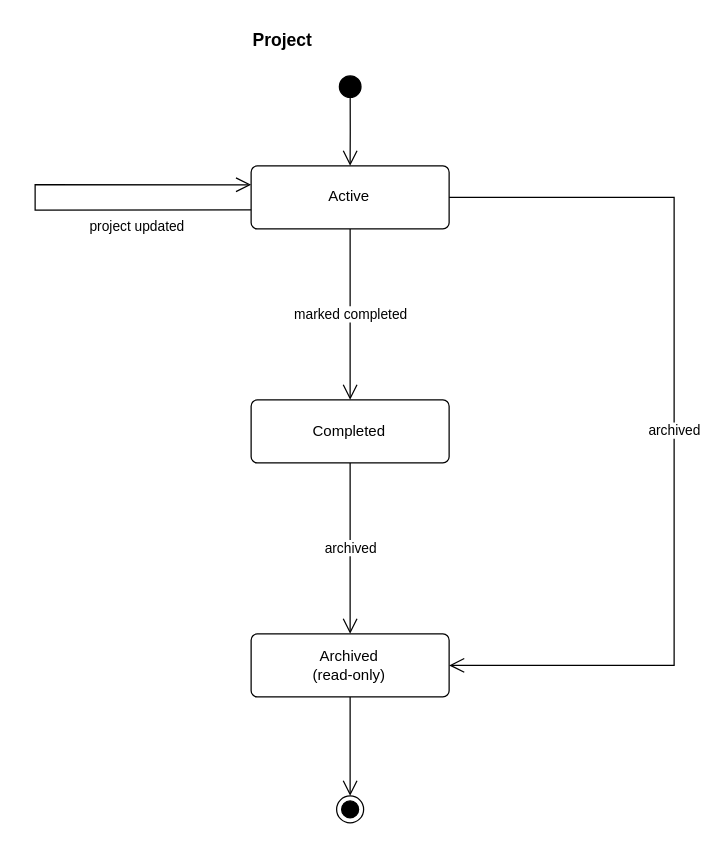
openai-scientist/docs keeps this draw.io diagram as page "Project Workspace" (2 of 9) of diagrams/09-state-machine/State-Machine-Diagrams.drawio. Above is the earlier version. Source tidied: cells renumbered, new cells numbered last; positions are measured from the earlier drawing's top-left corner, leaving out a move shared by most shapes. Both pictures are drawn from the tidied source at 125%, with x=0, y=0 at pixel (35, 21).
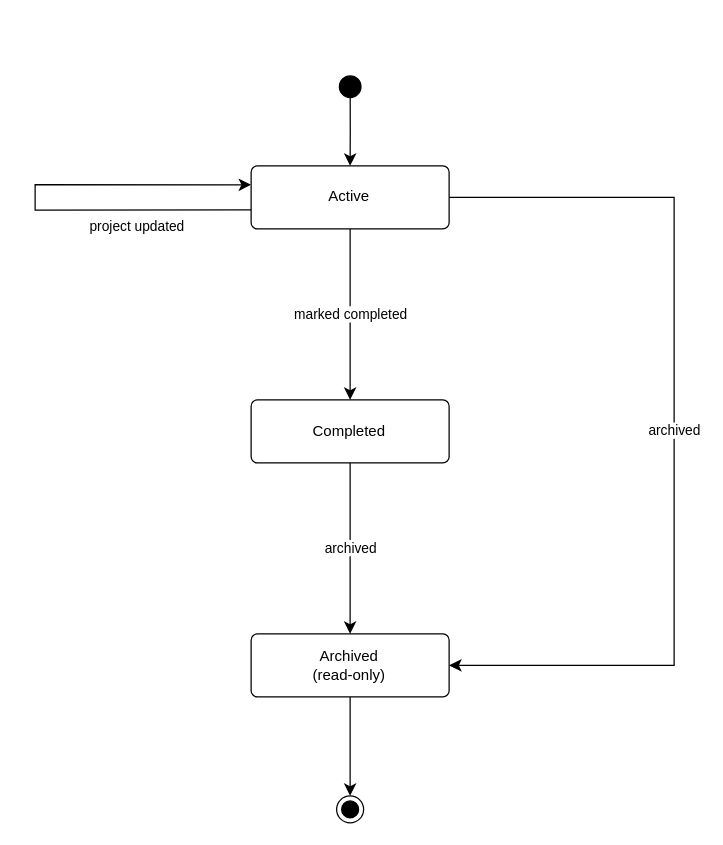
The same diagram, later.

Diff of the diagram source:
```diff
@@
 <mxGraphModel background="#ffffff">
   <root>
     <mxCell id="0" />
     <mxCell id="1" parent="0" />
     <mxCell id="2" style="html=1;fontFamily=Arial;fontColor=#000000;strokeColor=#000000;fillColor=#ffffff;strokeWidth=1;ellipse;fillColor=#000000;fontSize=12;" parent="1" vertex="1">
       <mxGeometry x="243" y="43.2" width="17.3" height="17.3" as="geometry" />
     </mxCell>
     <mxCell id="3" value="Active" style="html=1;fontFamily=Arial;fontColor=#000000;strokeColor=#000000;fillColor=#ffffff;strokeWidth=1;rounded=1;absoluteArcSize=1;arcSize=10;whiteSpace=wrap;fontSize=12;" parent="1" vertex="1">
       <mxGeometry x="172.4" y="115.2" width="158.4" height="50.4" as="geometry" />
     </mxCell>
     <mxCell id="4" value="Completed" style="html=1;fontFamily=Arial;fontColor=#000000;strokeColor=#000000;fillColor=#ffffff;strokeWidth=1;rounded=1;absoluteArcSize=1;arcSize=10;whiteSpace=wrap;fontSize=12;" parent="1" vertex="1">
       <mxGeometry x="172.4" y="302.4" width="158.4" height="50.4" as="geometry" />
     </mxCell>
     <mxCell id="5" value="Archived&#10;(read-only)" style="html=1;fontFamily=Arial;fontColor=#000000;strokeColor=#000000;fillColor=#ffffff;strokeWidth=1;rounded=1;absoluteArcSize=1;arcSize=10;whiteSpace=wrap;fontSize=12;" parent="1" vertex="1">
       <mxGeometry x="172.4" y="489.6" width="158.4" height="50.4" as="geometry" />
     </mxCell>
-    <mxCell id="6" style="html=1;fontFamily=Arial;fontColor=#000000;strokeColor=#000000;fillColor=#ffffff;strokeWidth=1;edgeStyle=orthogonalEdgeStyle;rounded=0;jettySize=auto;endArrow=open;endSize=10;endFill=0;dashed=0;labelBackgroundColor=#ffffff;align=center;verticalAlign=middle;exitX=0.5;exitY=1;entryX=0.5;entryY=0;exitPerimeter=1;entryPerimeter=1;fontSize=11;" parent="1" edge="1" source="2" target="3">
+    <mxCell id="6" style="html=1;fontFamily=Arial;fontColor=#000000;strokeColor=#000000;fillColor=#ffffff;strokeWidth=1;edgeStyle=orthogonalEdgeStyle;rounded=0;jettySize=auto;endArrow=classic;endSize=7;endFill=1;dashed=0;labelBackgroundColor=#ffffff;align=center;verticalAlign=middle;exitX=0.5;exitY=1;entryX=0.5;entryY=0;exitPerimeter=1;entryPerimeter=1;fontSize=11;" parent="1" edge="1" source="2" target="3">
       <mxGeometry relative="1" as="geometry" />
     </mxCell>
-    <mxCell id="7" value="marked completed" style="html=1;fontFamily=Arial;fontColor=#000000;strokeColor=#000000;fillColor=#ffffff;strokeWidth=1;edgeStyle=orthogonalEdgeStyle;rounded=0;jettySize=auto;endArrow=open;endSize=10;endFill=0;dashed=0;labelBackgroundColor=#ffffff;align=center;verticalAlign=middle;exitX=0.5;exitY=1;entryX=0.5;entryY=0;exitPerimeter=1;entryPerimeter=1;fontSize=11;" parent="1" edge="1" source="3" target="4">
+    <mxCell id="7" value="marked completed" style="html=1;fontFamily=Arial;fontColor=#000000;strokeColor=#000000;fillColor=#ffffff;strokeWidth=1;edgeStyle=orthogonalEdgeStyle;rounded=0;jettySize=auto;endArrow=classic;endSize=7;endFill=1;dashed=0;labelBackgroundColor=#ffffff;align=center;verticalAlign=middle;exitX=0.5;exitY=1;entryX=0.5;entryY=0;exitPerimeter=1;entryPerimeter=1;fontSize=11;" parent="1" edge="1" source="3" target="4">
       <mxGeometry relative="1" as="geometry" />
     </mxCell>
-    <mxCell id="8" value="archived" style="html=1;fontFamily=Arial;fontColor=#000000;strokeColor=#000000;fillColor=#ffffff;strokeWidth=1;edgeStyle=orthogonalEdgeStyle;rounded=0;jettySize=auto;endArrow=open;endSize=10;endFill=0;dashed=0;labelBackgroundColor=#ffffff;align=center;verticalAlign=middle;exitX=0.5;exitY=1;entryX=0.5;entryY=0;exitPerimeter=1;entryPerimeter=1;fontSize=11;" parent="1" edge="1" source="4" target="5">
+    <mxCell id="8" value="archived" style="html=1;fontFamily=Arial;fontColor=#000000;strokeColor=#000000;fillColor=#ffffff;strokeWidth=1;edgeStyle=orthogonalEdgeStyle;rounded=0;jettySize=auto;endArrow=classic;endSize=7;endFill=1;dashed=0;labelBackgroundColor=#ffffff;align=center;verticalAlign=middle;exitX=0.5;exitY=1;entryX=0.5;entryY=0;exitPerimeter=1;entryPerimeter=1;fontSize=11;" parent="1" edge="1" source="4" target="5">
       <mxGeometry relative="1" as="geometry" />
     </mxCell>
-    <mxCell id="9" value="archived" style="html=1;fontFamily=Arial;fontColor=#000000;strokeColor=#000000;fillColor=#ffffff;strokeWidth=1;edgeStyle=orthogonalEdgeStyle;rounded=0;jettySize=auto;endArrow=open;endSize=10;endFill=0;dashed=0;labelBackgroundColor=#ffffff;align=center;verticalAlign=middle;exitX=1;exitY=0.5;entryX=1;entryY=0.5;exitPerimeter=1;entryPerimeter=1;fontSize=11;" parent="1" edge="1" source="3" target="5">
+    <mxCell id="9" value="archived" style="html=1;fontFamily=Arial;fontColor=#000000;strokeColor=#000000;fillColor=#ffffff;strokeWidth=1;edgeStyle=orthogonalEdgeStyle;rounded=0;jettySize=auto;endArrow=classic;endSize=7;endFill=1;dashed=0;labelBackgroundColor=#ffffff;align=center;verticalAlign=middle;exitX=1;exitY=0.5;entryX=1;entryY=0.5;exitPerimeter=1;entryPerimeter=1;fontSize=11;" parent="1" edge="1" source="3" target="5">
       <mxGeometry relative="1" as="geometry">
         <Array as="points">
           <mxPoint x="510.8" y="140.4" />
           <mxPoint x="510.8" y="514.8" />
         </Array>
       </mxGeometry>
     </mxCell>
-    <mxCell id="10" value="project updated" style="html=1;fontFamily=Arial;fontColor=#000000;strokeColor=#000000;fillColor=#ffffff;strokeWidth=1;edgeStyle=orthogonalEdgeStyle;rounded=0;orthogonalLoop=1;jettySize=auto;endArrow=open;endSize=10;endFill=0;dashed=0;labelBackgroundColor=#ffffff;align=center;verticalAlign=middle;exitX=0;exitY=0.7;entryX=0;entryY=0.3;exitPerimeter=1;entryPerimeter=1;fontSize=11;" parent="1" edge="1" source="3" target="3">
+    <mxCell id="10" value="project updated" style="html=1;fontFamily=Arial;fontColor=#000000;strokeColor=#000000;fillColor=#ffffff;strokeWidth=1;edgeStyle=orthogonalEdgeStyle;rounded=0;orthogonalLoop=1;jettySize=auto;endArrow=classic;endSize=7;endFill=1;dashed=0;labelBackgroundColor=#ffffff;align=center;verticalAlign=middle;exitX=0;exitY=0.7;entryX=0;entryY=0.3;exitPerimeter=1;entryPerimeter=1;fontSize=11;" parent="1" edge="1" source="3" target="3">
       <mxGeometry x="-0.5" relative="1" as="geometry">
         <Array as="points">
           <mxPoint x="-0.4" y="150.5" />
           <mxPoint x="-0.4" y="130.3" />
         </Array>
         <mxPoint y="14" as="offset" />
       </mxGeometry>
     </mxCell>
-    <mxCell id="11" value="Project" style="html=1;fontFamily=Arial;fontColor=#000000;strokeColor=#000000;fillColor=#ffffff;strokeWidth=1;text;strokeColor=none;fillColor=none;fontStyle=1;align=left;fontSize=14;" parent="1" vertex="1">
-      <mxGeometry x="172.4" width="180" height="21.6" as="geometry" />
-    </mxCell>
     <mxCell id="12" style="html=1;fontFamily=Arial;fontColor=#000000;strokeColor=#000000;fillColor=#ffffff;strokeWidth=1;ellipse;shape=endState;fillColor=#000000;fontSize=12;" parent="1" vertex="1">
       <mxGeometry x="240.8" y="619.2" width="21.6" height="21.6" as="geometry" />
     </mxCell>
-    <mxCell id="13" style="html=1;fontFamily=Arial;fontColor=#000000;strokeColor=#000000;fillColor=#ffffff;strokeWidth=1;edgeStyle=orthogonalEdgeStyle;rounded=0;jettySize=auto;endArrow=open;endSize=10;endFill=0;dashed=0;labelBackgroundColor=#ffffff;align=center;verticalAlign=middle;exitX=0.5;exitY=1;entryX=0.5;entryY=0;exitPerimeter=1;entryPerimeter=1;fontSize=11;" parent="1" edge="1" source="5" target="12">
+    <mxCell id="13" style="html=1;fontFamily=Arial;fontColor=#000000;strokeColor=#000000;fillColor=#ffffff;strokeWidth=1;edgeStyle=orthogonalEdgeStyle;rounded=0;jettySize=auto;endArrow=classic;endSize=7;endFill=1;dashed=0;labelBackgroundColor=#ffffff;align=center;verticalAlign=middle;exitX=0.5;exitY=1;entryX=0.5;entryY=0;exitPerimeter=1;entryPerimeter=1;fontSize=11;" parent="1" edge="1" source="5" target="12">
       <mxGeometry relative="1" as="geometry" />
     </mxCell>
   </root>
 </mxGraphModel>
```
